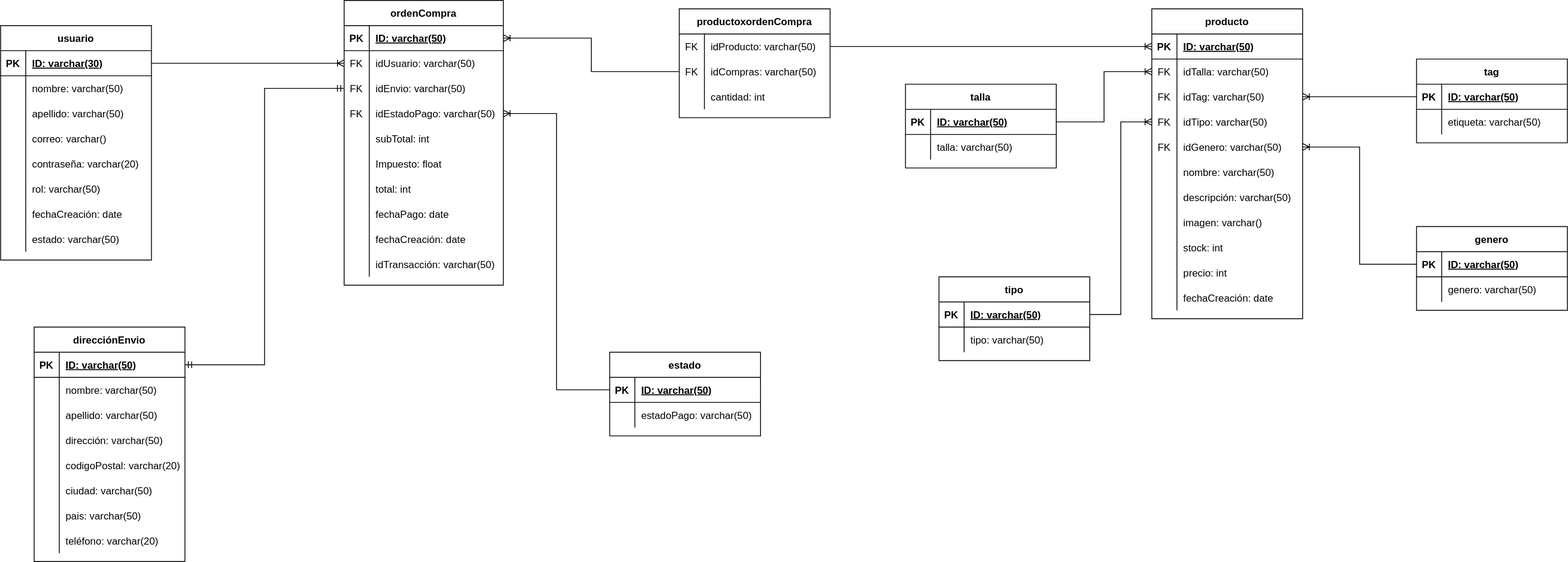
KarQuis/Modelos-Entidad-Relaci-n keeps this draw.io diagram as Modelo Logico.drawio.svg. Above is the earlier version. Source tidied: cells renumbered, new cells last; positions are measured from the earlier drawing's top-left corner, leaving out a move shared by most shapes.
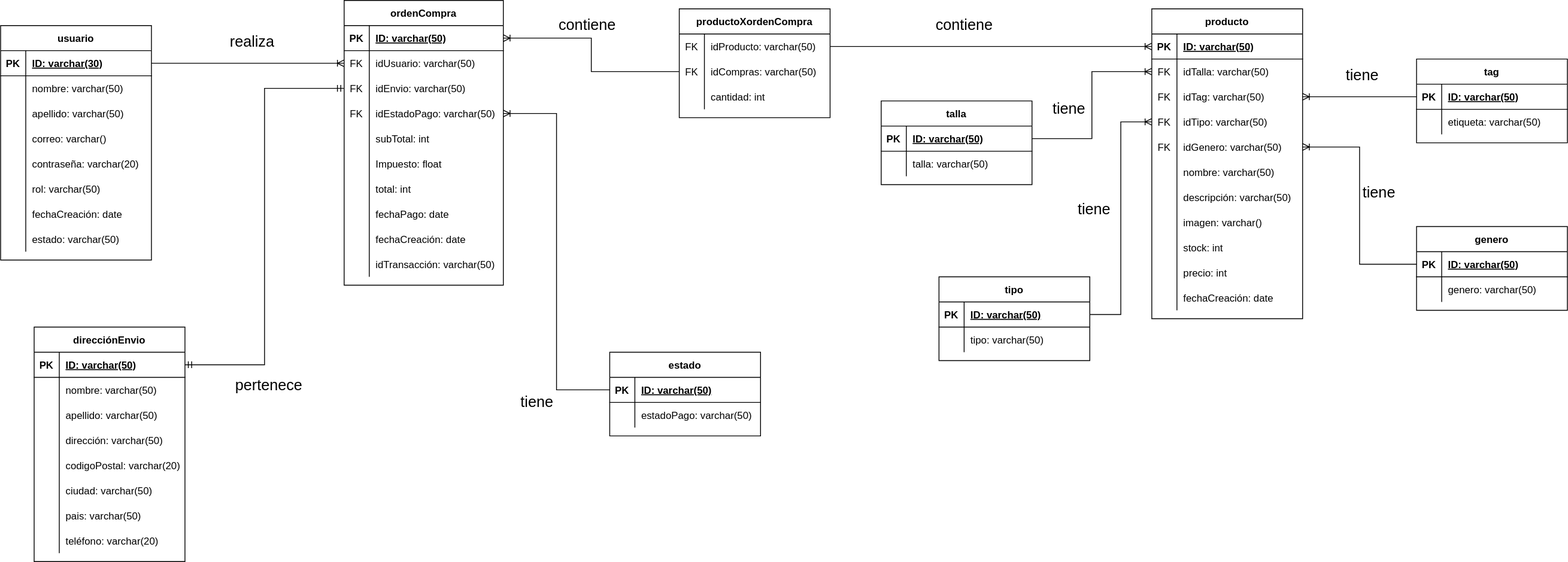
Later version of the same file.

Change to the diagram source:
```diff
@@ -275,7 +275,7 @@
     <mxCell id="92" style="edgeStyle=entityRelationEdgeStyle;fontSize=12;html=1;endArrow=ERoneToMany;rounded=0;exitX=1;exitY=0.5;exitDx=0;exitDy=0;entryX=0;entryY=0.5;entryDx=0;entryDy=0;" parent="1" edge="1" source="3" target="31">
       <mxGeometry relative="1" as="geometry" />
     </mxCell>
-    <mxCell id="93" value="productoxordenCompra" style="shape=table;startSize=30;rowLines=0;fontStyle=1;align=center;" parent="1" vertex="1">
+    <mxCell id="93" value="productoXordenCompra" style="shape=table;startSize=30;rowLines=0;fontStyle=1;align=center;" parent="1" vertex="1">
       <mxGeometry x="810" y="10" width="180" height="130" as="geometry" />
     </mxCell>
     <mxCell id="94" style="shape=tableRow;horizontal=0;startSize=0;swimlaneHead=0;swimlaneBody=0;fillColor=none;points=[[0,0.5],[1,0.5]];portConstraint=eastwest;top=0;left=0;right=0;bottom=0;" parent="93" vertex="1">
@@ -390,7 +390,7 @@
       <mxGeometry relative="1" as="geometry" />
     </mxCell>
     <mxCell id="131" value="talla" style="shape=table;startSize=30;rowLines=0;fontStyle=1;align=center;" parent="1" vertex="1">
-      <mxGeometry x="1080" y="100" width="180" height="100" as="geometry" />
+      <mxGeometry x="1051" y="120" width="180" height="100" as="geometry" />
     </mxCell>
     <mxCell id="132" style="shape=tableRow;horizontal=0;startSize=0;swimlaneHead=0;swimlaneBody=0;fillColor=none;points=[[0,0.5],[1,0.5]];portConstraint=eastwest;top=0;left=0;right=0;bottom=1;" parent="131" vertex="1">
       <mxGeometry y="30" width="180" height="30" as="geometry" />
@@ -509,5 +509,32 @@
     <mxCell id="170" style="edgeStyle=orthogonalEdgeStyle;fontSize=12;html=1;endArrow=ERoneToMany;rounded=0;exitX=0;exitY=0.5;exitDx=0;exitDy=0;entryX=1;entryY=0.5;entryDx=0;entryDy=0;" parent="1" edge="1" source="164" target="37">
       <mxGeometry relative="1" as="geometry" />
     </mxCell>
+    <mxCell id="171" value="&lt;font style=&quot;font-size: 18px&quot;&gt;contiene&lt;/font&gt;" style="text;html=1;align=center;verticalAlign=middle;strokeColor=none;fillColor=none;" parent="1" vertex="1">
+      <mxGeometry x="660" y="20" width="80" height="20" as="geometry" />
+    </mxCell>
+    <mxCell id="172" value="&lt;font style=&quot;font-size: 18px&quot;&gt;realiza&lt;/font&gt;" style="text;html=1;align=center;verticalAlign=middle;strokeColor=none;fillColor=none;" parent="1" vertex="1">
+      <mxGeometry x="265" y="40" width="70" height="20" as="geometry" />
+    </mxCell>
+    <mxCell id="173" value="&lt;font style=&quot;font-size: 18px&quot;&gt;tiene&lt;/font&gt;" style="text;html=1;align=center;verticalAlign=middle;strokeColor=none;fillColor=none;" parent="1" vertex="1">
+      <mxGeometry x="615" y="470" width="50" height="20" as="geometry" />
+    </mxCell>
+    <mxCell id="174" value="&lt;font style=&quot;font-size: 18px&quot;&gt;pertenece&lt;/font&gt;" style="text;html=1;align=center;verticalAlign=middle;strokeColor=none;fillColor=none;" parent="1" vertex="1">
+      <mxGeometry x="270" y="450" width="100" height="20" as="geometry" />
+    </mxCell>
+    <mxCell id="175" value="&lt;font style=&quot;font-size: 18px&quot;&gt;contiene&lt;/font&gt;" style="text;html=1;align=center;verticalAlign=middle;strokeColor=none;fillColor=none;" parent="1" vertex="1">
+      <mxGeometry x="1110" y="20" width="80" height="20" as="geometry" />
+    </mxCell>
+    <mxCell id="176" value="&lt;font style=&quot;font-size: 18px&quot;&gt;tiene&lt;/font&gt;" style="text;html=1;align=center;verticalAlign=middle;strokeColor=none;fillColor=none;" parent="1" vertex="1">
+      <mxGeometry x="1250" y="120" width="50" height="20" as="geometry" />
+    </mxCell>
+    <mxCell id="177" value="&lt;font style=&quot;font-size: 18px&quot;&gt;tiene&lt;/font&gt;" style="text;html=1;align=center;verticalAlign=middle;strokeColor=none;fillColor=none;" parent="1" vertex="1">
+      <mxGeometry x="1280" y="240" width="50" height="20" as="geometry" />
+    </mxCell>
+    <mxCell id="178" value="&lt;font style=&quot;font-size: 18px&quot;&gt;tiene&lt;/font&gt;" style="text;html=1;align=center;verticalAlign=middle;strokeColor=none;fillColor=none;" parent="1" vertex="1">
+      <mxGeometry x="1600" y="80" width="50" height="20" as="geometry" />
+    </mxCell>
+    <mxCell id="179" value="&lt;font style=&quot;font-size: 18px&quot;&gt;tiene&lt;/font&gt;" style="text;html=1;align=center;verticalAlign=middle;strokeColor=none;fillColor=none;" parent="1" vertex="1">
+      <mxGeometry x="1620" y="220" width="50" height="20" as="geometry" />
+    </mxCell>
   </root>
 </mxGraphModel>
```
